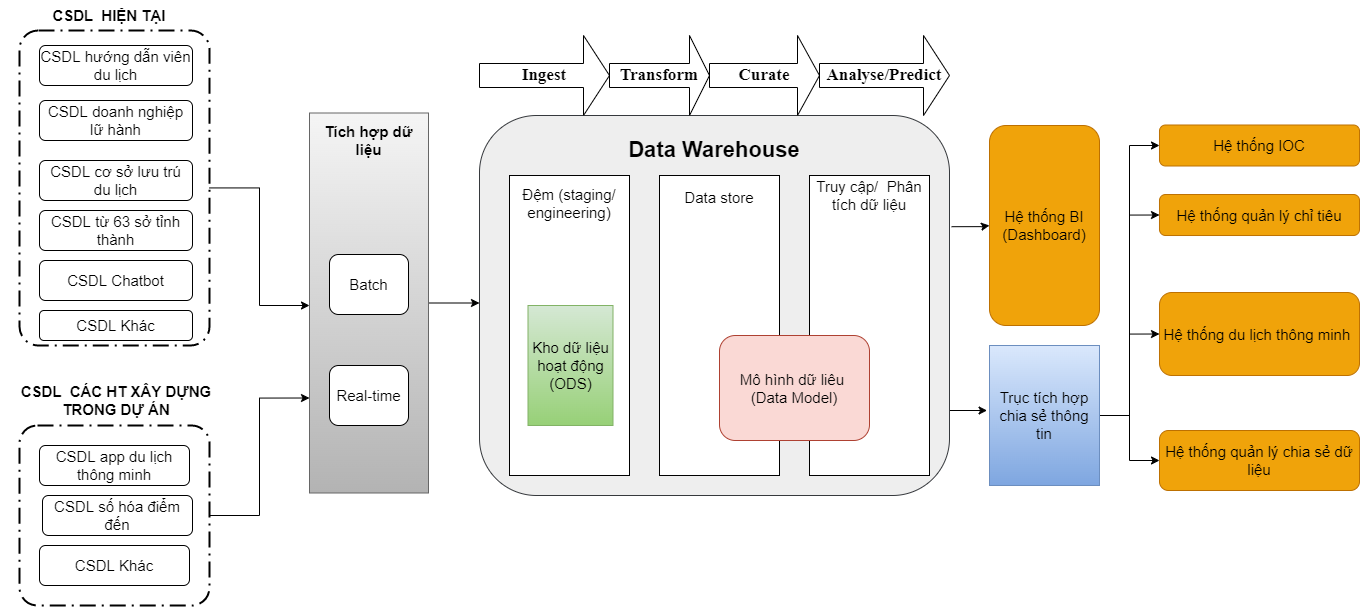
The draw.io diagram tcdl-Page-3.drawio.png in letheanh12345/Draw-io, before a commit. Source tidied: cells renumbered, new cells last; positions are measured from the earlier drawing's top-left corner, leaving out a move shared by most shapes.
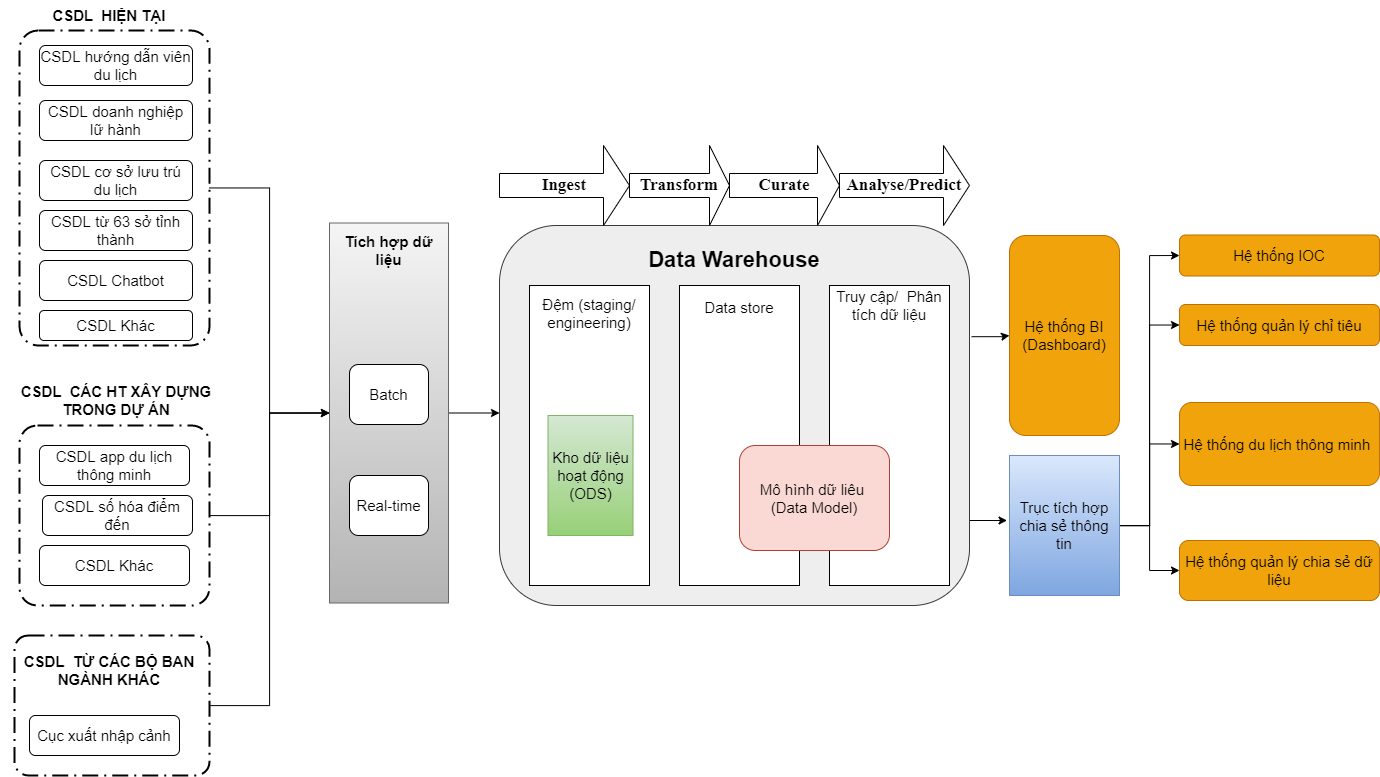
Above is the later version.

Diff of the diagram source:
```diff
@@ -2,13 +2,11 @@
   <root>
     <mxCell id="0" />
     <mxCell id="1" parent="0" />
-    <mxCell id="2" style="edgeStyle=orthogonalEdgeStyle;rounded=0;jettySize=auto;html=1;fontSize=15;" parent="1" edge="1" source="3">
-      <mxGeometry relative="1" as="geometry">
-        <mxPoint x="308" y="305" as="targetPoint" />
-      </mxGeometry>
-    </mxCell>
+    <mxCell id="48" style="edgeStyle=orthogonalEdgeStyle;rounded=0;jettySize=auto;html=1;entryX=0;entryY=0.5;entryDx=0;entryDy=0;" parent="1" edge="1" source="3" target="13">
+      <mxGeometry relative="1" as="geometry" />
+    </mxCell>
     <mxCell id="3" style="points=[[0.25,0,0],[0.5,0,0],[0.75,0,0],[1,0.25,0],[1,0.5,0],[1,0.75,0],[0.75,1,0],[0.5,1,0],[0.25,1,0],[0,0.75,0],[0,0.5,0],[0,0.25,0]];rounded=1;arcSize=10;dashed=1;strokeColor=#000000;fillColor=none;gradientColor=none;dashPattern=8 3 1 3;strokeWidth=2;fontStyle=1;fontSize=20;" parent="1" vertex="1">
-      <mxGeometry x="18" y="30" width="190" height="315" as="geometry" />
+      <mxGeometry x="-2" y="-80" width="190" height="315" as="geometry" />
     </mxCell>
     <mxCell id="4" style="edgeStyle=orthogonalEdgeStyle;rounded=0;orthogonalLoop=1;jettySize=auto;html=1;exitX=1;exitY=0.75;exitDx=0;exitDy=0;entryX=-0.027;entryY=0.672;entryDx=0;entryDy=0;entryPerimeter=0;fontSize=15;" parent="1" edge="1">
       <mxGeometry relative="1" as="geometry">
@@ -86,43 +84,43 @@
       <mxGeometry x="718" y="335" width="150" height="105" as="geometry" />
     </mxCell>
     <mxCell id="25" value="&lt;font style=&quot;font-size: 15px;&quot;&gt;CSDL hướng dẫn viên du lịch&lt;/font&gt;" style="rounded=1;whiteSpace=wrap;html=1;" parent="1" vertex="1">
-      <mxGeometry x="38" y="45" width="153" height="40" as="geometry" />
+      <mxGeometry x="18" y="-65" width="153" height="40" as="geometry" />
     </mxCell>
     <mxCell id="26" value="&lt;font style=&quot;font-size: 15px;&quot;&gt;CSDL doanh nghiệp lữ hành&lt;/font&gt;" style="rounded=1;whiteSpace=wrap;html=1;" parent="1" vertex="1">
-      <mxGeometry x="38" y="100" width="153" height="40" as="geometry" />
+      <mxGeometry x="18" y="-10" width="153" height="40" as="geometry" />
     </mxCell>
     <mxCell id="27" value="&lt;font style=&quot;font-size: 15px;&quot;&gt;CSDL Khác&lt;/font&gt;" style="rounded=1;whiteSpace=wrap;html=1;" parent="1" vertex="1">
-      <mxGeometry x="38" y="310" width="153" height="30" as="geometry" />
+      <mxGeometry x="18" y="200" width="153" height="30" as="geometry" />
     </mxCell>
     <mxCell id="28" value="&lt;font style=&quot;font-size: 15px;&quot;&gt;CSDL cơ sở lưu trú du lịch&lt;/font&gt;" style="rounded=1;whiteSpace=wrap;html=1;" parent="1" vertex="1">
-      <mxGeometry x="38" y="160" width="153" height="40" as="geometry" />
+      <mxGeometry x="18" y="50" width="153" height="40" as="geometry" />
     </mxCell>
     <mxCell id="29" value="&lt;font style=&quot;font-size: 15px;&quot;&gt;CSDL Chatbot&lt;/font&gt;" style="rounded=1;whiteSpace=wrap;html=1;" parent="1" vertex="1">
-      <mxGeometry x="38" y="260" width="153" height="40" as="geometry" />
+      <mxGeometry x="18" y="150" width="153" height="40" as="geometry" />
     </mxCell>
     <mxCell id="30" value="&lt;font style=&quot;font-size: 15px;&quot;&gt;CSDL từ 63 sở tỉnh thành&lt;/font&gt;" style="rounded=1;whiteSpace=wrap;html=1;" parent="1" vertex="1">
-      <mxGeometry x="38" y="210" width="153" height="40" as="geometry" />
+      <mxGeometry x="18" y="100" width="153" height="40" as="geometry" />
     </mxCell>
-    <mxCell id="31" style="edgeStyle=orthogonalEdgeStyle;rounded=0;jettySize=auto;html=1;entryX=0;entryY=0.75;entryDx=0;entryDy=0;fontSize=15;" parent="1" edge="1" source="32" target="13">
+    <mxCell id="31" style="edgeStyle=orthogonalEdgeStyle;rounded=0;jettySize=auto;html=1;entryX=0;entryY=0.5;entryDx=0;entryDy=0;" parent="1" edge="1" source="32" target="13">
       <mxGeometry relative="1" as="geometry" />
     </mxCell>
     <mxCell id="32" style="points=[[0.25,0,0],[0.5,0,0],[0.75,0,0],[1,0.25,0],[1,0.5,0],[1,0.75,0],[0.75,1,0],[0.5,1,0],[0.25,1,0],[0,0.75,0],[0,0.5,0],[0,0.25,0]];rounded=1;arcSize=10;dashed=1;strokeColor=#000000;fillColor=none;gradientColor=none;dashPattern=8 3 1 3;strokeWidth=2;fontStyle=1;fontSize=20;" parent="1" vertex="1">
-      <mxGeometry x="18" y="425" width="190" height="180" as="geometry" />
+      <mxGeometry x="-2" y="315" width="190" height="180" as="geometry" />
     </mxCell>
     <mxCell id="33" value="&lt;b&gt;&lt;font style=&quot;font-size: 15px;&quot;&gt;CSDL&amp;nbsp; HIỆN TẠI&lt;/font&gt;&lt;/b&gt;" style="text;html=1;strokeColor=none;fillColor=none;align=center;verticalAlign=middle;whiteSpace=wrap;rounded=0;" parent="1" vertex="1">
-      <mxGeometry x="48" width="120" height="30" as="geometry" />
+      <mxGeometry x="28" y="-110" width="120" height="30" as="geometry" />
     </mxCell>
     <mxCell id="34" value="&lt;b&gt;&lt;font style=&quot;font-size: 15px;&quot;&gt;CSDL&amp;nbsp; CÁC HT XÂY DỰNG TRONG DỰ ÁN&lt;/font&gt;&lt;/b&gt;" style="text;html=1;strokeColor=none;fillColor=none;align=center;verticalAlign=middle;whiteSpace=wrap;rounded=0;" parent="1" vertex="1">
-      <mxGeometry x="-0.5" y="385" width="230" height="30" as="geometry" />
+      <mxGeometry x="-20.5" y="275" width="230" height="30" as="geometry" />
     </mxCell>
     <mxCell id="35" value="CSDL app du lịch thông minh" style="rounded=1;whiteSpace=wrap;html=1;fontSize=15;" parent="1" vertex="1">
-      <mxGeometry x="38" y="445" width="150" height="40" as="geometry" />
+      <mxGeometry x="18" y="335" width="150" height="40" as="geometry" />
     </mxCell>
     <mxCell id="36" value="CSDL số hóa điểm đến" style="rounded=1;whiteSpace=wrap;html=1;fontSize=15;" parent="1" vertex="1">
-      <mxGeometry x="41" y="495" width="150" height="40" as="geometry" />
+      <mxGeometry x="21" y="385" width="150" height="40" as="geometry" />
     </mxCell>
     <mxCell id="37" value="CSDL Khác" style="rounded=1;whiteSpace=wrap;html=1;fontSize=15;" parent="1" vertex="1">
-      <mxGeometry x="38" y="545" width="150" height="40" as="geometry" />
+      <mxGeometry x="18" y="435" width="150" height="40" as="geometry" />
     </mxCell>
     <mxCell id="38" value="Hệ thống BI (Dashboard)" style="rounded=1;whiteSpace=wrap;html=1;fontSize=15;fillColor=#f0a30a;fontColor=#000000;strokeColor=#BD7000;" parent="1" vertex="1">
       <mxGeometry x="988" y="125" width="110" height="200" as="geometry" />
@@ -159,5 +157,17 @@
     <mxCell id="47" value="Hệ thống quản lý chia sẻ dữ liệu" style="rounded=1;whiteSpace=wrap;html=1;fontSize=15;fillColor=#f0a30a;fontColor=#000000;strokeColor=#BD7000;" parent="1" vertex="1">
       <mxGeometry x="1158" y="430" width="200" height="60" as="geometry" />
     </mxCell>
+    <mxCell id="49" style="edgeStyle=orthogonalEdgeStyle;rounded=0;jettySize=auto;html=1;entryX=0;entryY=0.5;entryDx=0;entryDy=0;" parent="1" edge="1" source="50" target="13">
+      <mxGeometry relative="1" as="geometry" />
+    </mxCell>
+    <mxCell id="50" style="points=[[0.25,0,0],[0.5,0,0],[0.75,0,0],[1,0.25,0],[1,0.5,0],[1,0.75,0],[0.75,1,0],[0.5,1,0],[0.25,1,0],[0,0.75,0],[0,0.5,0],[0,0.25,0]];rounded=1;arcSize=10;dashed=1;strokeColor=#000000;fillColor=none;gradientColor=none;dashPattern=8 3 1 3;strokeWidth=2;fontStyle=1;fontSize=20;" parent="1" vertex="1">
+      <mxGeometry x="-7" y="525" width="195" height="140" as="geometry" />
+    </mxCell>
+    <mxCell id="51" value="&lt;b&gt;&lt;font style=&quot;font-size: 15px;&quot;&gt;CSDL&amp;nbsp; TỪ CÁC BỘ BAN NGÀNH KHÁC&lt;/font&gt;&lt;/b&gt;" style="text;html=1;strokeColor=none;fillColor=none;align=center;verticalAlign=middle;whiteSpace=wrap;rounded=0;" parent="1" vertex="1">
+      <mxGeometry x="-2" y="545" width="180" height="30" as="geometry" />
+    </mxCell>
+    <mxCell id="52" value="Cục xuất nhập cảnh" style="rounded=1;whiteSpace=wrap;html=1;fontSize=15;" parent="1" vertex="1">
+      <mxGeometry x="8" y="605" width="150" height="40" as="geometry" />
+    </mxCell>
   </root>
 </mxGraphModel>
```
